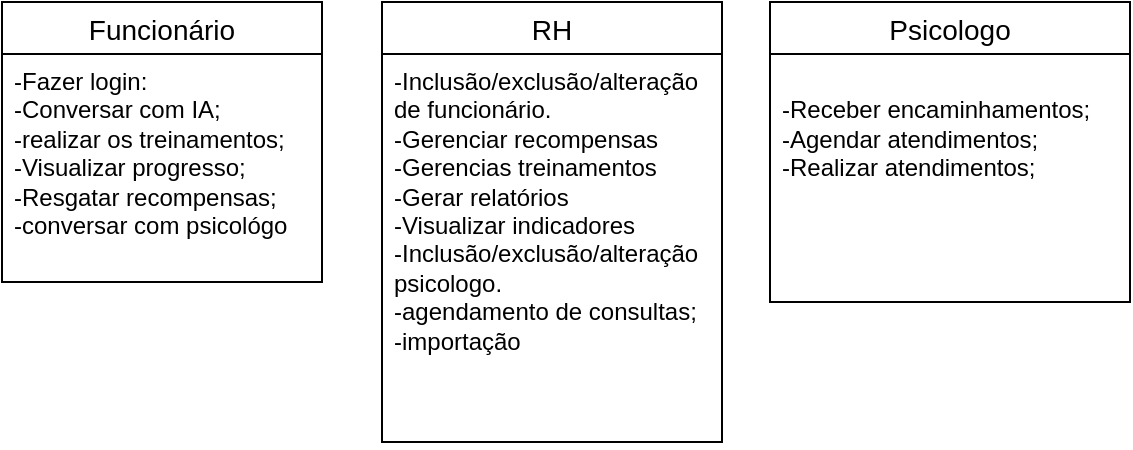
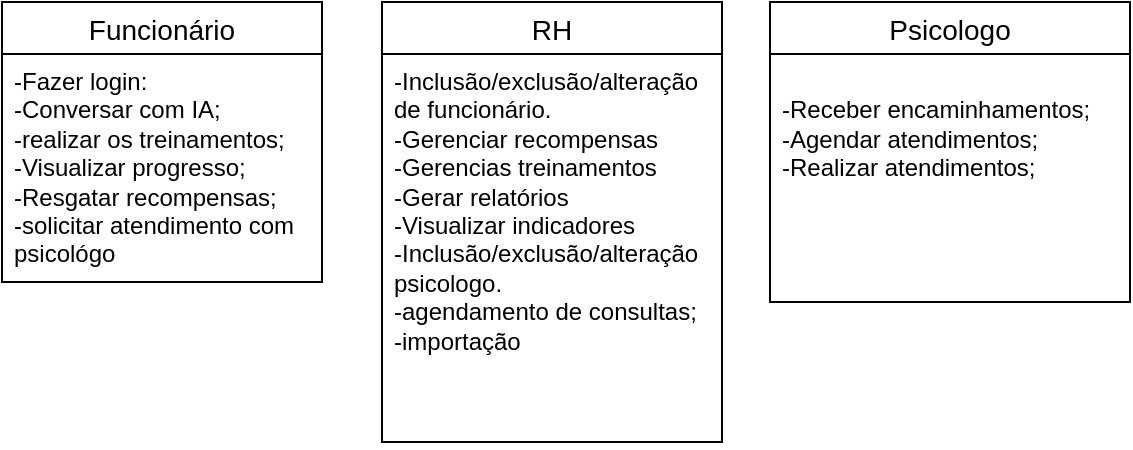
<mxfile host="app.diagrams.net">
  <diagram name="Página-1" id="Olnqo0z5X7HrJRJVDCDp">
-     <mxGraphModel dx="702" dy="582" grid="1" gridSize="10" guides="1" tooltips="1" connect="1" arrows="1" fold="1" page="1" pageScale="1" pageWidth="827" pageHeight="1169" math="0" shadow="0">
+     <mxGraphModel dx="1224" dy="582" grid="1" gridSize="10" guides="1" tooltips="1" connect="1" arrows="1" fold="1" page="1" pageScale="1" pageWidth="827" pageHeight="1169" math="0" shadow="0">
      <root>
        <mxCell id="0" />
        <mxCell id="1" parent="0" />
        <mxCell id="BrtYY052EfEOkjj2CXpA-1" parent="1" style="swimlane;fontStyle=0;childLayout=stackLayout;horizontal=1;startSize=26;horizontalStack=0;resizeParent=1;resizeParentMax=0;resizeLast=0;collapsible=1;marginBottom=0;align=center;fontSize=14;" value="Funcionário" vertex="1">
          <mxGeometry height="140" width="160" x="30" y="130" as="geometry" />
        </mxCell>
-         <mxCell id="BrtYY052EfEOkjj2CXpA-3" parent="BrtYY052EfEOkjj2CXpA-1" style="text;strokeColor=none;fillColor=none;spacingLeft=4;spacingRight=4;overflow=hidden;rotatable=0;points=[[0,0.5],[1,0.5]];portConstraint=eastwest;fontSize=12;whiteSpace=wrap;html=1;" value="-Fazer login:&lt;br&gt;-Conversar com IA;&lt;br&gt;-realizar os treinamentos;&lt;br&gt;-Visualizar progresso;&lt;br&gt;-Resgatar recompensas;&lt;br&gt;-conversar com psicológo" vertex="1">
+         <mxCell id="BrtYY052EfEOkjj2CXpA-3" parent="BrtYY052EfEOkjj2CXpA-1" style="text;strokeColor=none;fillColor=none;spacingLeft=4;spacingRight=4;overflow=hidden;rotatable=0;points=[[0,0.5],[1,0.5]];portConstraint=eastwest;fontSize=12;whiteSpace=wrap;html=1;" value="-Fazer login:&lt;br&gt;-Conversar com IA;&lt;br&gt;-realizar os treinamentos;&lt;br&gt;-Visualizar progresso;&lt;br&gt;-Resgatar recompensas;&lt;br&gt;-solicitar atendimento com psicológo" vertex="1">
          <mxGeometry height="114" width="160" y="26" as="geometry" />
        </mxCell>
        <mxCell id="BrtYY052EfEOkjj2CXpA-5" parent="1" style="swimlane;fontStyle=0;childLayout=stackLayout;horizontal=1;startSize=26;horizontalStack=0;resizeParent=1;resizeParentMax=0;resizeLast=0;collapsible=1;marginBottom=0;align=center;fontSize=14;" value="RH" vertex="1">
          <mxGeometry height="220" width="170" x="220" y="130" as="geometry" />
        </mxCell>
        <mxCell id="BrtYY052EfEOkjj2CXpA-6" parent="BrtYY052EfEOkjj2CXpA-5" style="text;strokeColor=none;fillColor=none;spacingLeft=4;spacingRight=4;overflow=hidden;rotatable=0;points=[[0,0.5],[1,0.5]];portConstraint=eastwest;fontSize=12;whiteSpace=wrap;html=1;" value="-Inclusão/exclusão/alteração de funcionário.&lt;div&gt;-Gerenciar recompensas&lt;br&gt;-Gerencias treinamentos&lt;br&gt;-Gerar relatórios&lt;br&gt;-Visualizar indicadores&lt;br&gt;-Inclusão/exclusão/alteração psicologo.&lt;br&gt;-agendamento de consultas;&lt;br&gt;-importação&amp;nbsp;&lt;/div&gt;" vertex="1">
          <mxGeometry height="194" width="170" y="26" as="geometry" />
        </mxCell>
        <mxCell id="BrtYY052EfEOkjj2CXpA-8" parent="1" style="swimlane;fontStyle=0;childLayout=stackLayout;horizontal=1;startSize=26;horizontalStack=0;resizeParent=1;resizeParentMax=0;resizeLast=0;collapsible=1;marginBottom=0;align=center;fontSize=14;" value="Psicologo" vertex="1">
          <mxGeometry height="150" width="180" x="414" y="130" as="geometry" />
        </mxCell>
        <mxCell id="BrtYY052EfEOkjj2CXpA-9" parent="BrtYY052EfEOkjj2CXpA-8" style="text;strokeColor=none;fillColor=none;spacingLeft=4;spacingRight=4;overflow=hidden;rotatable=0;points=[[0,0.5],[1,0.5]];portConstraint=eastwest;fontSize=12;whiteSpace=wrap;html=1;" value="&lt;div&gt;&lt;br&gt;-Receber encaminhamentos;&lt;br&gt;-Agendar atendimentos;&lt;br&gt;-Realizar atendimentos;&lt;/div&gt;" vertex="1">
          <mxGeometry height="124" width="180" y="26" as="geometry" />
        </mxCell>
      </root>
    </mxGraphModel>
  </diagram>
</mxfile>
